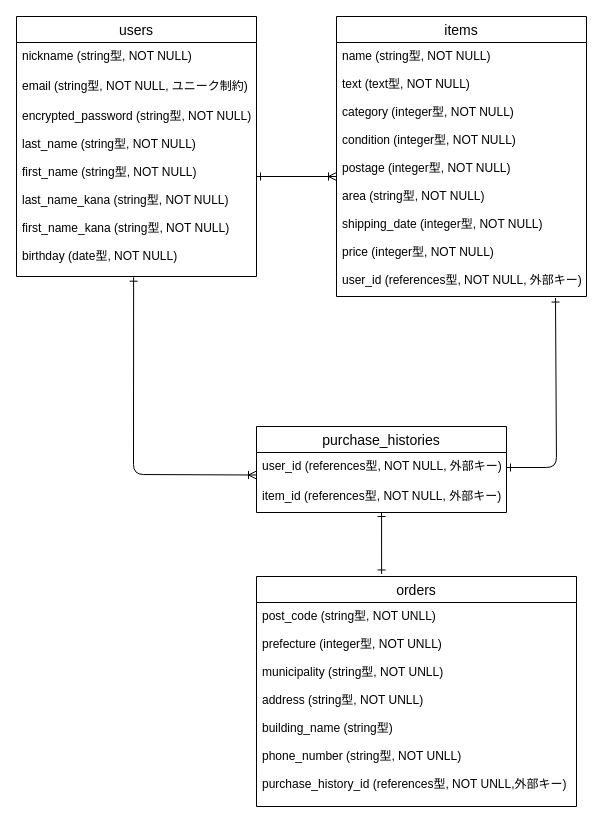
This is ER.dio from Tsukumo290/furima-38322, a draw.io file, before an edit. Source tidied: cells renumbered, new cells numbered last; positions are measured from the earlier drawing's top-left corner, leaving out a move shared by most shapes. Both pictures are drawn from the tidied source at 100%, with x=0, y=0 at pixel (16, 16).
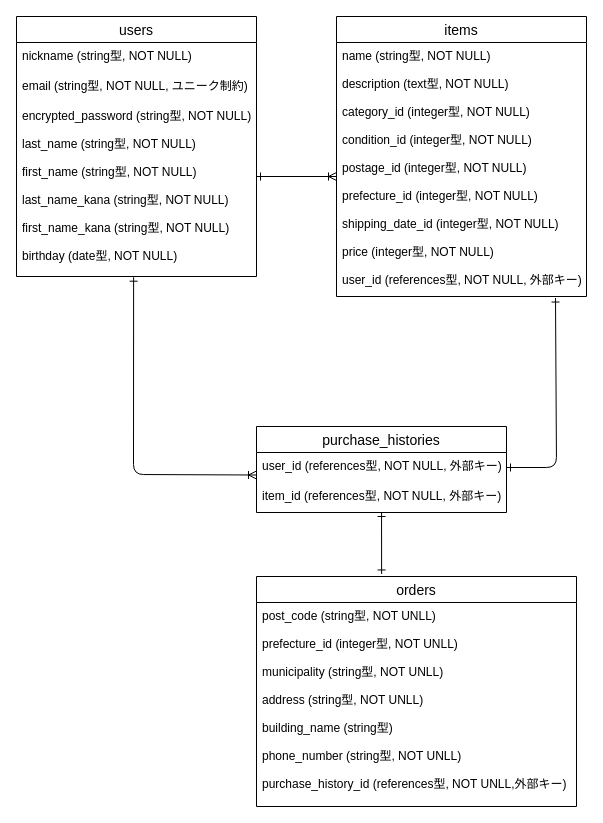
The same diagram, later.

Commit message (it also covers changes not shown here):
データベース設計の修正

Unchanged cells that the change refers to:
```xml
<mxCell id="8" value="items" style="swimlane;fontStyle=0;horizontal=1;startSize=26;align=center;fontSize=14;" parent="1" vertex="1">
  <mxGeometry x="320" width="250" height="280" as="geometry" />
</mxCell>
<mxCell id="15" value="orders" style="swimlane;fontStyle=0;horizontal=1;startSize=26;align=center;fontSize=14;" parent="1" vertex="1">
  <mxGeometry x="240" y="560" width="320" height="230" as="geometry" />
</mxCell>
```

The edit, as a diff of the source:
```diff
@@
-    <mxCell id="9" value="name (string型, NOT NULL)&#10;&#10;text (text型, NOT NULL)&#10;&#10;category (integer型, NOT NULL)&#10;&#10;condition (integer型, NOT NULL)&#10;&#10;postage (integer型, NOT NULL)&#10;&#10;area (string型, NOT NULL)&#10;&#10;shipping_date (integer型, NOT NULL)&#10;&#10;price (integer型, NOT NULL)&#10;&#10;user_id (references型, NOT NULL, 外部キー)" style="text;strokeColor=none;fillColor=none;spacingLeft=4;spacingRight=4;overflow=hidden;points=[[0,0.5],[1,0.5]];portConstraint=eastwest;fontSize=12;" parent="8" vertex="1">
+    <mxCell id="9" value="name (string型, NOT NULL)&#10;&#10;description (text型, NOT NULL)&#10;&#10;category_id (integer型, NOT NULL)&#10;&#10;condition_id (integer型, NOT NULL)&#10;&#10;postage_id (integer型, NOT NULL)&#10;&#10;prefecture_id (integer型, NOT NULL)&#10;&#10;shipping_date_id (integer型, NOT NULL)&#10;&#10;price (integer型, NOT NULL)&#10;&#10;user_id (references型, NOT NULL, 外部キー)" style="text;strokeColor=none;fillColor=none;spacingLeft=4;spacingRight=4;overflow=hidden;points=[[0,0.5],[1,0.5]];portConstraint=eastwest;fontSize=12;" parent="8" vertex="1">
       <mxGeometry y="26" width="250" height="254" as="geometry" />
     </mxCell>
@@
-    <mxCell id="16" value="post_code (string型, NOT UNLL)&#10;&#10;prefecture (integer型, NOT UNLL)&#10;&#10;municipality (string型, NOT UNLL)&#10;&#10;address (string型, NOT UNLL)&#10;&#10;building_name (string型)&#10;&#10;phone_number (string型, NOT UNLL)&#10;&#10;purchase_history_id (references型, NOT UNLL,外部キー)&#10;" style="text;strokeColor=none;fillColor=none;spacingLeft=4;spacingRight=4;overflow=hidden;fontSize=12;" parent="15" vertex="1">
+    <mxCell id="16" value="post_code (string型, NOT UNLL)&#10;&#10;prefecture_id (integer型, NOT UNLL)&#10;&#10;municipality (string型, NOT UNLL)&#10;&#10;address (string型, NOT UNLL)&#10;&#10;building_name (string型)&#10;&#10;phone_number (string型, NOT UNLL)&#10;&#10;purchase_history_id (references型, NOT UNLL,外部キー)&#10;" style="text;strokeColor=none;fillColor=none;spacingLeft=4;spacingRight=4;overflow=hidden;fontSize=12;" parent="15" vertex="1">
       <mxGeometry y="26" width="320" height="204" as="geometry" />
     </mxCell>
```
